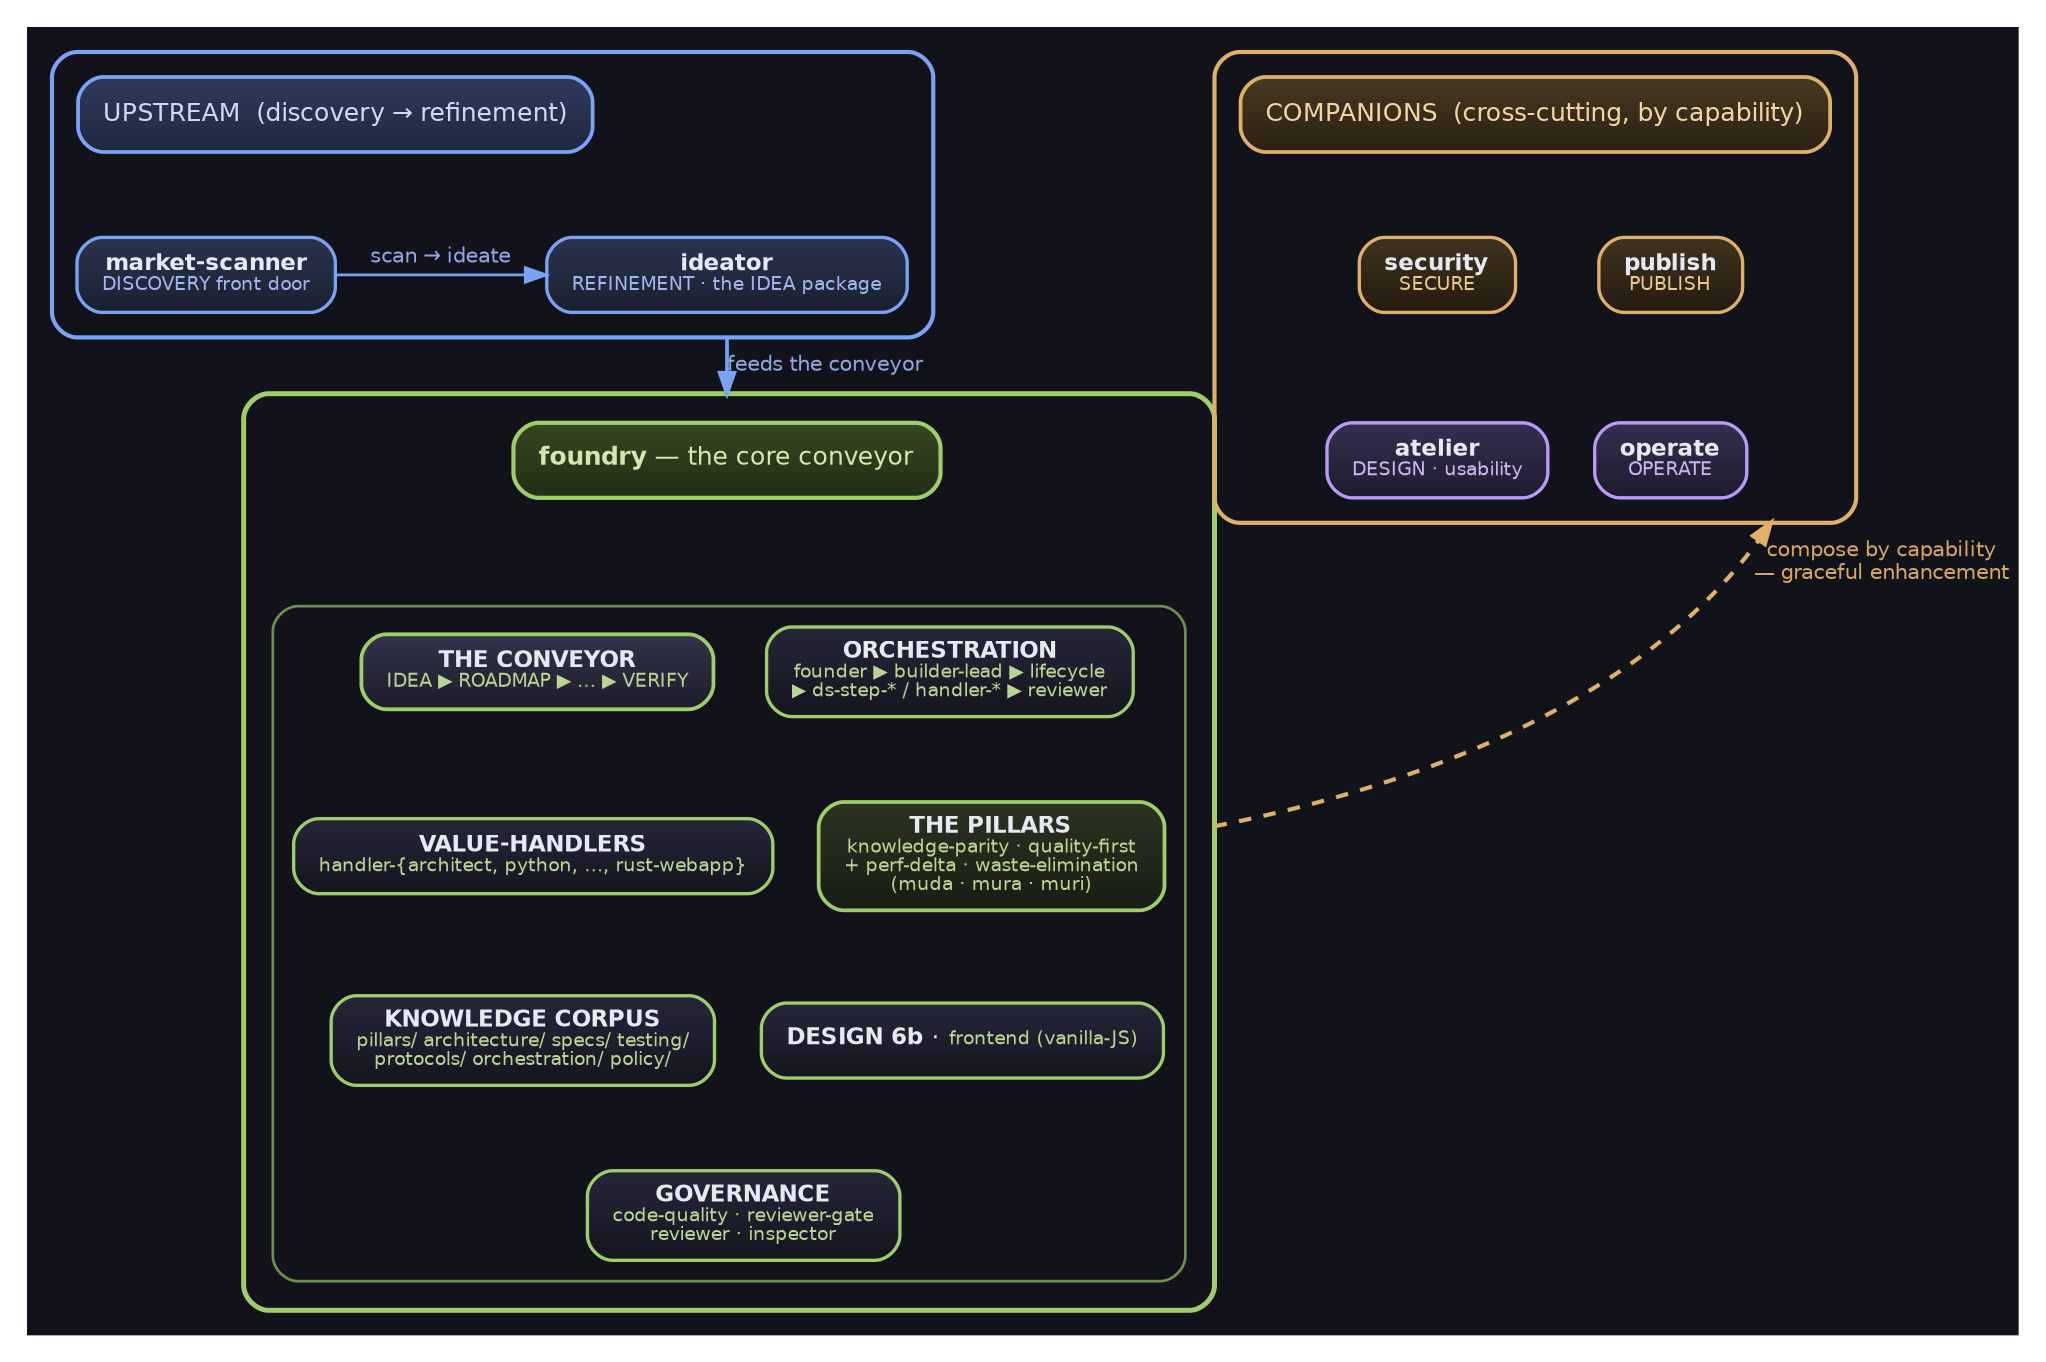
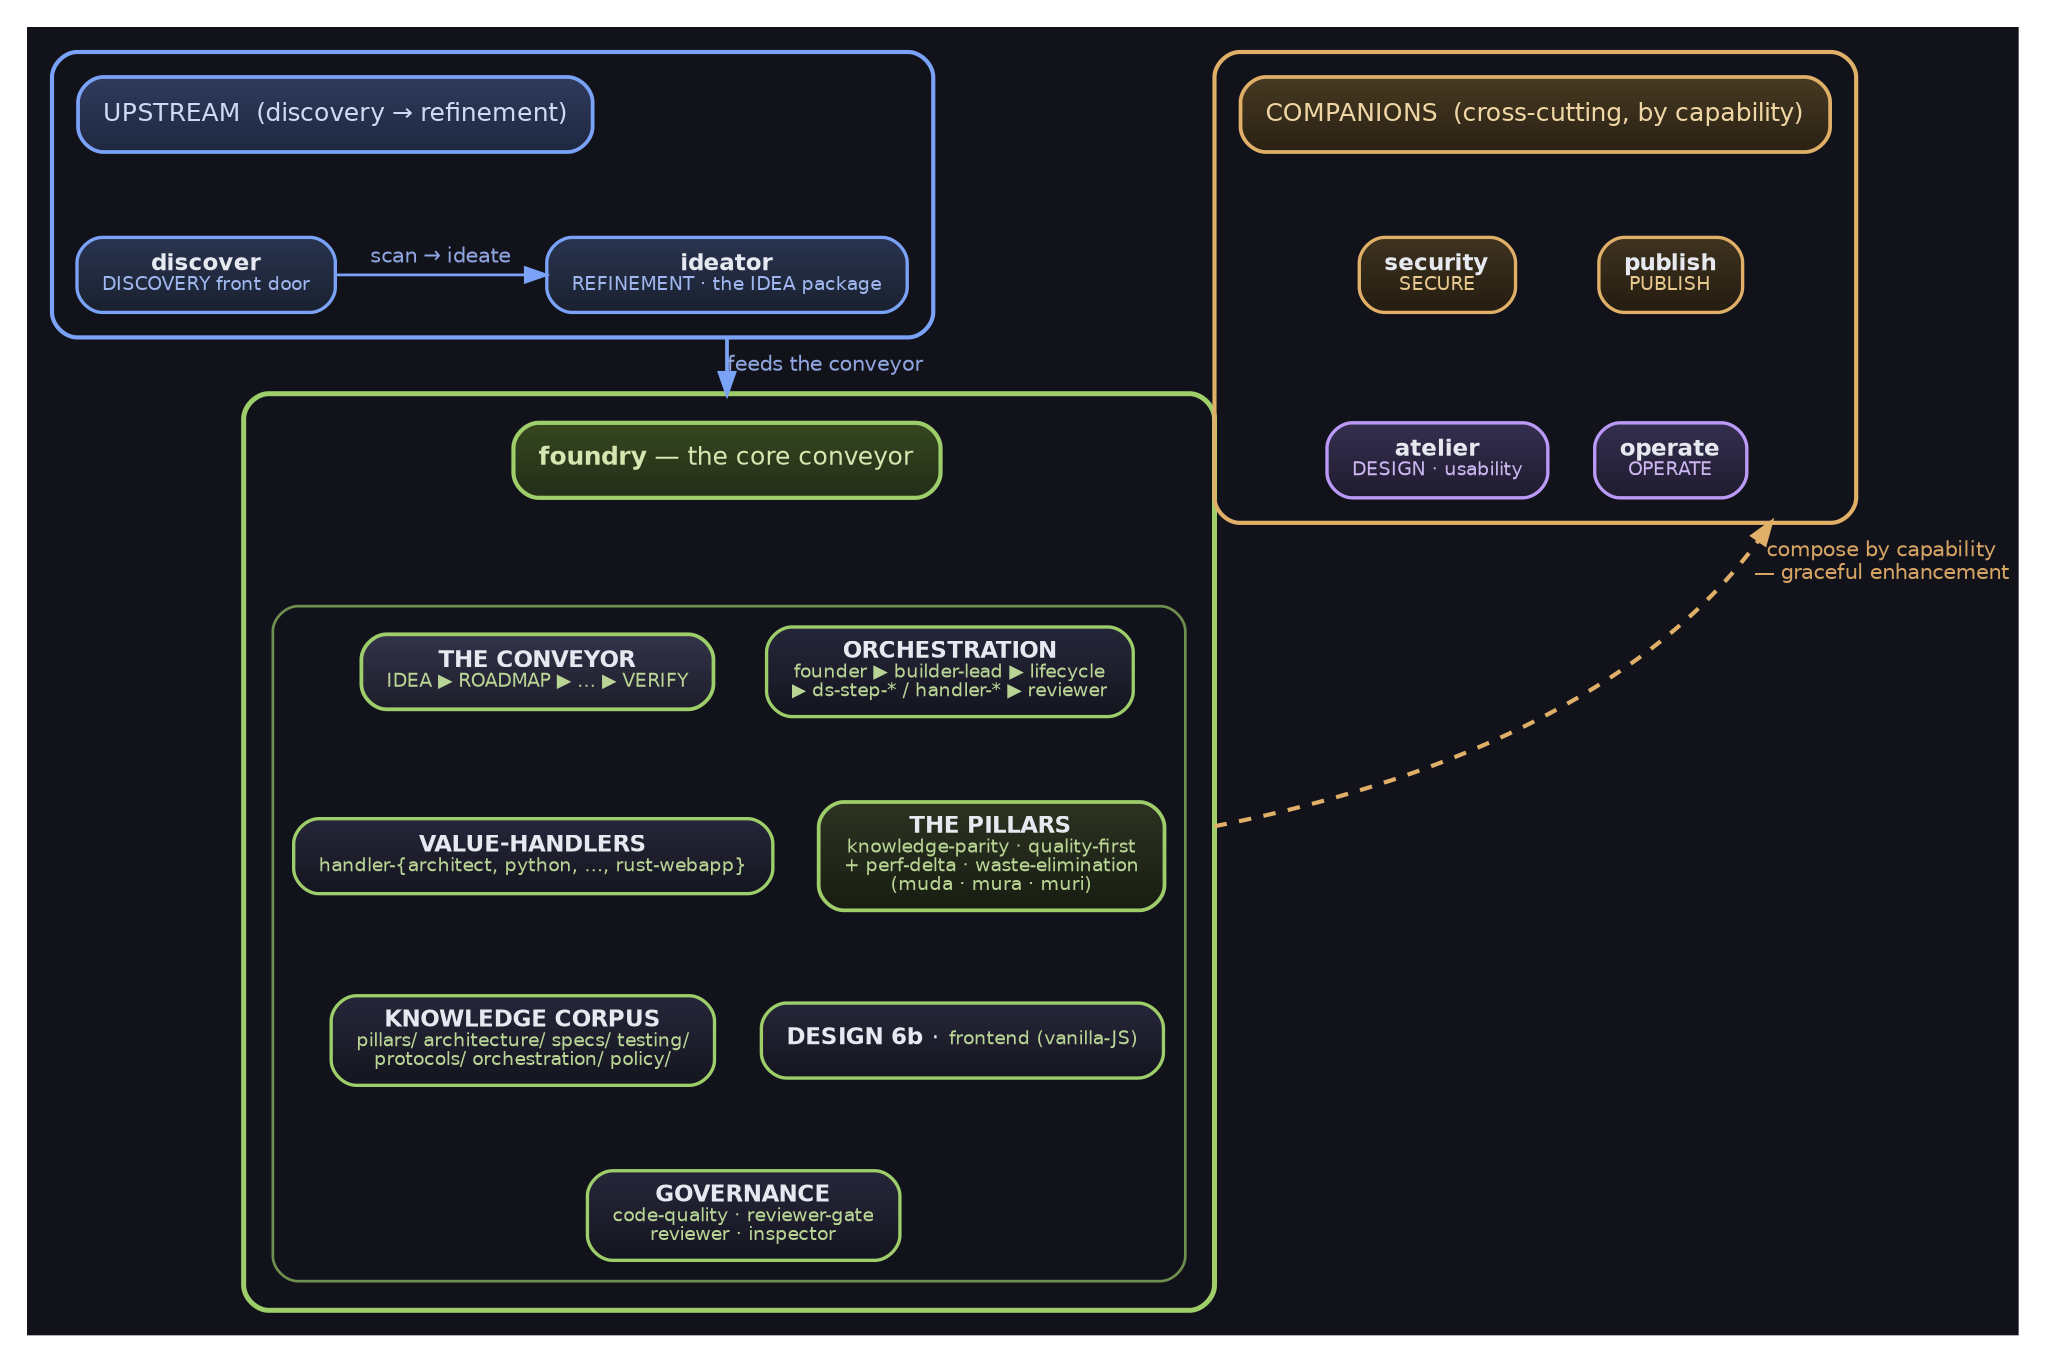
digraph DomainArchB {
  bgcolor="#12121b"
  rankdir=TB
  compound=true
  newrank=true
  nodesep=0.30
  ranksep=0.55
  margin=0.18
  fontname="DejaVu Sans"

  // node default carries a top-lit vertical gradient (lighter top → darker bottom) so every
  // filled box reads as a raised plate (graphviz-native depth; gradientangle=270 = top→bottom).
  node [shape=box, style="filled,rounded", fillcolor="#26263a:#15151f", gradientangle=270,
        color="#9aa2c0", fontcolor="#e6e9f0", fontname="DejaVu Sans", fontsize=11,
        penwidth=1.6, margin="0.16,0.10"]
  edge [color="#9aa2c0", fontcolor="#b8bed0", fontname="DejaVu Sans",
        fontsize=10, penwidth=1.3]

  // Cluster titles ride ON a filled accent chip so the cluster NAME clears BOTH
  // grounds (a plain cluster label on transparent ground washes out on white).

  // ================= UPSTREAM lane (top) =================
  subgraph cluster_upstream {
    label=""
    style="rounded"; color="#7aa2f7"; penwidth=2.0; bgcolor="transparent"; margin=12

    up_title [label="UPSTREAM  (discovery → refinement)", shape=box,
              style="filled,rounded", fillcolor="#2f3a5c:#1f2840", color="#7aa2f7",
              fontcolor="#cdd9f6", fontsize=12, penwidth=1.8]
-     scanner [label=<<b>market-scanner</b><br/><font point-size="9" color="#9fb6ee">DISCOVERY front door</font>>,
+     scanner [label=<<b>discover</b><br/><font point-size="9" color="#9fb6ee">DISCOVERY front door</font>>,
             fillcolor="#2a3450:#19202f", color="#7aa2f7"]
    ideator [label=<<b>ideator</b><br/><font point-size="9" color="#9fb6ee">REFINEMENT &middot; the IDEA package</font>>,
             fillcolor="#2a3450:#19202f", color="#7aa2f7"]

-     // scan → ideate: market-scanner LEFT, ideator RIGHT, arrow points right (reading order)
+     // scan → ideate: discover LEFT, ideator RIGHT, arrow points right (reading order)
    { rank=same; scanner; ideator }
    up_title -> scanner [style=invis]
    scanner -> ideator [label="  scan → ideate  ", fontcolor="#8fa6e0", color="#7aa2f7",
                        weight=20]
  }

  // ================= CORE foundry (middle) =================
  subgraph cluster_core {
    label=""
    style="rounded"; color="#9ece6a"; penwidth=2.4; bgcolor="transparent"; margin=14

    core_title [label=<<b>foundry</b> &mdash; the core conveyor>, shape=box,
                style="filled,rounded", fillcolor="#36471f:#222e18", color="#9ece6a",
                fontcolor="#d4e7b0", fontsize=12, penwidth=2.0]

    subgraph cluster_core_cells {
      label=""
      style="rounded"; color="#6f8f4e"; penwidth=1.3; bgcolor="transparent"; margin=10

      cell_conveyor [label=<<b>THE CONVEYOR</b><br/><font point-size="9" color="#b9d595">IDEA ▶ ROADMAP ▶ … ▶ VERIFY</font>>,
                     fillcolor="#33334a:#1d1d2a", color="#9ece6a", penwidth=1.8]
      cell_orch [label=<<b>ORCHESTRATION</b><br/><font point-size="9" color="#b9d595">founder ▶ builder-lead ▶ lifecycle<br/>▶ ds-step-* / handler-* ▶ reviewer</font>>,
                 fillcolor="#26263a:#15151f", color="#9ece6a"]
      cell_handlers [label=<<b>VALUE-HANDLERS</b><br/><font point-size="9" color="#b9d595">handler-{architect, python, &hellip;, rust-webapp}</font>>,
                     fillcolor="#26263a:#15151f", color="#9ece6a"]
      cell_pillars [label=<<b>THE PILLARS</b><br/><font point-size="9" color="#b9d595">knowledge-parity &middot; quality-first<br/>+ perf-delta &middot; waste-elimination<br/>(muda &middot; mura &middot; muri)</font>>,
                    fillcolor="#2c3322:#181d12", color="#9ece6a", penwidth=1.8]
      cell_corpus [label=<<b>KNOWLEDGE CORPUS</b><br/><font point-size="9" color="#b9d595">pillars/ architecture/ specs/ testing/<br/>protocols/ orchestration/ policy/</font>>,
                   fillcolor="#26263a:#15151f", color="#9ece6a"]
      cell_design [label=<<b>DESIGN 6b</b> &middot; <font point-size="9" color="#b9d595">frontend (vanilla-JS)</font>>,
                   fillcolor="#26263a:#15151f", color="#9ece6a"]
      cell_gov [label=<<b>GOVERNANCE</b><br/><font point-size="9" color="#b9d595">code-quality &middot; reviewer-gate<br/>reviewer &middot; inspector</font>>,
                fillcolor="#26263a:#15151f", color="#9ece6a"]

      // fold the 7 cells into a 2-wide grid so the core box stays compact
      { rank=same; cell_conveyor;  cell_orch }
      { rank=same; cell_handlers;  cell_pillars }
      { rank=same; cell_corpus;    cell_design }
      cell_conveyor  -> cell_handlers [style=invis]
      cell_orch      -> cell_pillars  [style=invis]
      cell_handlers  -> cell_corpus   [style=invis]
      cell_pillars   -> cell_design   [style=invis]
      cell_corpus    -> cell_gov      [style=invis]
      cell_design    -> cell_gov      [style=invis]
    }

    core_title -> cell_conveyor [style=invis]
    core_title -> cell_orch     [style=invis]
  }

  // ================= COMPANIONS lane (bottom) =================
  subgraph cluster_companions {
    label=""
    style="rounded"; color="#e0af68"; penwidth=2.0; bgcolor="transparent"; margin=12

    co_title [label="COMPANIONS  (cross-cutting, by capability)", shape=box,
              style="filled,rounded", fillcolor="#473a22:#2a2114", color="#e0af68",
              fontcolor="#f0d6a4", fontsize=12, penwidth=1.8]
    security [label=<<b>security</b><br/><font point-size="9" color="#e8c98f">SECURE</font>>,
              fillcolor="#3f3320:#241c10", color="#e0af68"]
    publish [label=<<b>publish</b><br/><font point-size="9" color="#e8c98f">PUBLISH</font>>,
               fillcolor="#3f3320:#241c10", color="#e0af68"]
    atelier [label=<<b>atelier</b><br/><font point-size="9" color="#cbb6f0">DESIGN &middot; usability</font>>,
             fillcolor="#352f50:#1f1b2e", color="#bb9af7"]
    mission [label=<<b>operate</b><br/><font point-size="9" color="#cbb6f0">OPERATE</font>>,
             fillcolor="#352f50:#1f1b2e", color="#bb9af7"]

    // clean 2×2 grid DIRECTLY beneath the title bar (no L-shaped spill)
    { rank=same; security;  publish }
    { rank=same; atelier;   mission }
    co_title  -> security  [style=invis]
    co_title  -> publish [style=invis]
    security  -> atelier   [style=invis, weight=10]
    publish -> mission   [style=invis, weight=10]
  }

  // ================= cross-lane flow =================
  ideator -> core_title [ltail=cluster_upstream, lhead=cluster_core,
                         label="feeds the conveyor", color="#7aa2f7",
                         fontcolor="#8fa6e0", penwidth=1.8, weight=20]

  // ONE group→group edge: companions cluster cross-cuts the WHOLE foundry.
  // ltail/lhead clip the edge to BOTH cluster boundaries — it terminates on the
  // core BOUNDARY, not a single inner cell, so it reads as whole-foundry enhancement.
  cell_pillars -> security [ltail=cluster_core, lhead=cluster_companions,
                            label="compose by capability\n— graceful enhancement",
                            color="#e0af68", fontcolor="#d6a463", style=dashed,
                            penwidth=2.0, dir=both, arrowtail=none, weight=1,
                            constraint=false]
}
